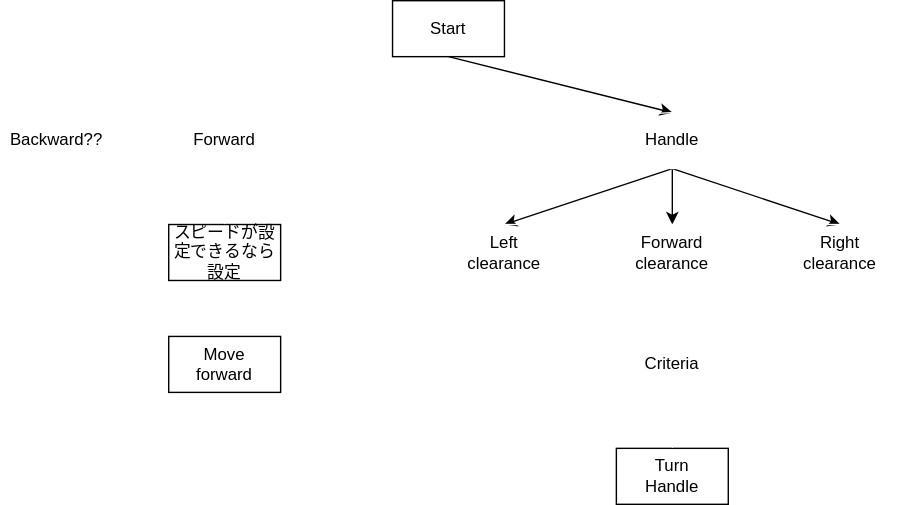
Above: toyota.drawio.svg in jizots/AI_minicar (draw.io), before the change. Source tidied: cells renumbered, new cells last; positions are measured from the earlier drawing's top-left corner, leaving out a move shared by most shapes.
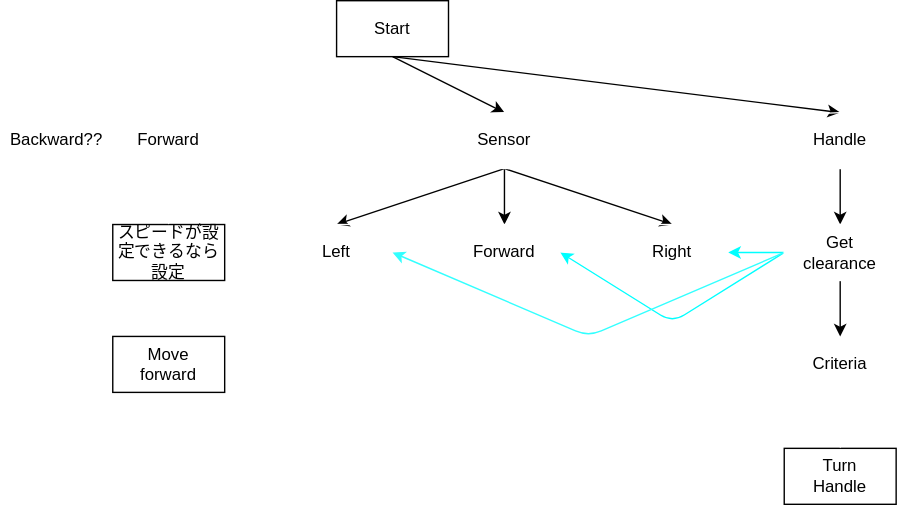
The same diagram one commit later.

Diff of the diagram source:
```diff
@@ -26,38 +26,32 @@
     <mxCell id="9" style="edgeStyle=none;html=1;entryX=0.5;entryY=0;entryDx=0;entryDy=0;strokeColor=#FFFFFF;exitX=0.5;exitY=1;exitDx=0;exitDy=0;" parent="1" edge="1" source="10" target="23">
       <mxGeometry relative="1" as="geometry" />
     </mxCell>
+    <mxCell id="25" style="edgeStyle=none;html=1;exitX=0.5;exitY=1;exitDx=0;exitDy=0;entryX=0.5;entryY=0;entryDx=0;entryDy=0;" parent="1" edge="1" source="10" target="27">
+      <mxGeometry relative="1" as="geometry" />
+    </mxCell>
     <mxCell id="10" value="Start" style="whiteSpace=wrap;html=1;" parent="1" vertex="1">
       <mxGeometry x="280" width="80" height="40" as="geometry" />
     </mxCell>
-    <mxCell id="11" style="edgeStyle=none;html=1;entryX=0.5;entryY=0;entryDx=0;entryDy=0;strokeColor=#FFFFFF;" parent="1" edge="1" source="12" target="19">
-      <mxGeometry relative="1" as="geometry" />
-    </mxCell>
-    <mxCell id="12" value="Right&lt;br&gt;clearance" style="whiteSpace=wrap;html=1;strokeColor=#FFFFFF;fillColor=none;" parent="1" vertex="1">
-      <mxGeometry x="560" y="160" width="80" height="40" as="geometry" />
+    <mxCell id="12" value="Right" style="whiteSpace=wrap;html=1;strokeColor=#FFFFFF;fillColor=none;" parent="1" vertex="1">
+      <mxGeometry x="480" y="160" width="80" height="40" as="geometry" />
     </mxCell>
-    <mxCell id="13" style="edgeStyle=none;html=1;exitX=0.5;exitY=1;exitDx=0;exitDy=0;entryX=0.5;entryY=0;entryDx=0;entryDy=0;strokeColor=#FFFFFF;" parent="1" edge="1" source="14" target="19">
-      <mxGeometry relative="1" as="geometry" />
-    </mxCell>
-    <mxCell id="14" value="Forward&lt;br&gt;clearance" style="whiteSpace=wrap;html=1;strokeColor=#FFFFFF;fillColor=none;" parent="1" vertex="1">
-      <mxGeometry x="440" y="160" width="80" height="40" as="geometry" />
+    <mxCell id="14" value="Forward" style="whiteSpace=wrap;html=1;strokeColor=#FFFFFF;fillColor=none;" parent="1" vertex="1">
+      <mxGeometry x="360" y="160" width="80" height="40" as="geometry" />
     </mxCell>
-    <mxCell id="15" style="edgeStyle=none;html=1;exitX=0.5;exitY=1;exitDx=0;exitDy=0;entryX=0.5;entryY=0;entryDx=0;entryDy=0;strokeColor=#FFFFFF;" parent="1" edge="1" source="16" target="19">
-      <mxGeometry relative="1" as="geometry" />
-    </mxCell>
-    <mxCell id="16" value="Left&lt;br&gt;clearance" style="whiteSpace=wrap;html=1;strokeColor=#FFFFFF;fillColor=none;" parent="1" vertex="1">
-      <mxGeometry x="320" y="160" width="80" height="40" as="geometry" />
+    <mxCell id="16" value="Left" style="whiteSpace=wrap;html=1;strokeColor=#FFFFFF;fillColor=none;" parent="1" vertex="1">
+      <mxGeometry x="240" y="160" width="80" height="40" as="geometry" />
     </mxCell>
     <mxCell id="17" value="Turn&lt;br&gt;Handle" style="whiteSpace=wrap;html=1;" parent="1" vertex="1">
-      <mxGeometry x="440" y="320" width="80" height="40" as="geometry" />
+      <mxGeometry x="600" y="320" width="80" height="40" as="geometry" />
     </mxCell>
     <mxCell id="18" style="edgeStyle=none;html=1;exitX=0.5;exitY=1;exitDx=0;exitDy=0;entryX=0.5;entryY=0;entryDx=0;entryDy=0;strokeColor=#FFFFFF;" parent="1" edge="1" source="19" target="17">
       <mxGeometry relative="1" as="geometry" />
     </mxCell>
     <mxCell id="19" value="Criteria" style="whiteSpace=wrap;html=1;strokeColor=#FFFFFF;fillColor=none;" parent="1" vertex="1">
-      <mxGeometry x="440" y="240" width="80" height="40" as="geometry" />
+      <mxGeometry x="600" y="240" width="80" height="40" as="geometry" />
     </mxCell>
-    <mxCell id="20" value="Handle" style="ellipse;whiteSpace=wrap;html=1;strokeColor=#FFFFFF;fillColor=none;" parent="1" vertex="1">
-      <mxGeometry x="440" y="80" width="80" height="40" as="geometry" />
+    <mxCell id="20" value="Sensor" style="ellipse;whiteSpace=wrap;html=1;strokeColor=#FFFFFF;fillColor=none;" parent="1" vertex="1">
+      <mxGeometry x="360" y="80" width="80" height="40" as="geometry" />
     </mxCell>
     <mxCell id="21" style="edgeStyle=none;html=1;exitX=0.5;exitY=1;exitDx=0;exitDy=0;entryX=0.5;entryY=0;entryDx=0;entryDy=0;strokeColor=#FFFFFF;" parent="1" edge="1" source="22" target="6">
       <mxGeometry relative="1" as="geometry" />
@@ -66,10 +60,39 @@
       <mxGeometry x="120" y="80" width="80" height="40" as="geometry" />
     </mxCell>
     <mxCell id="23" value="Backward??" style="ellipse;whiteSpace=wrap;html=1;strokeColor=#FFFFFF;fillColor=none;" parent="1" vertex="1">
-      <mxGeometry y="80" width="80" height="40" as="geometry" />
+      <mxGeometry x="40" y="80" width="80" height="40" as="geometry" />
     </mxCell>
     <mxCell id="24" value="Move&lt;br&gt;forward" style="whiteSpace=wrap;html=1;" parent="1" vertex="1">
       <mxGeometry x="120" y="240" width="80" height="40" as="geometry" />
     </mxCell>
+    <mxCell id="26" style="edgeStyle=none;html=1;exitX=0.5;exitY=1;exitDx=0;exitDy=0;entryX=0.5;entryY=0;entryDx=0;entryDy=0;" parent="1" edge="1" source="27" target="32">
+      <mxGeometry relative="1" as="geometry" />
+    </mxCell>
+    <mxCell id="27" value="Handle" style="ellipse;whiteSpace=wrap;html=1;strokeColor=#FFFFFF;fillColor=none;" parent="1" vertex="1">
+      <mxGeometry x="600" y="80" width="80" height="40" as="geometry" />
+    </mxCell>
+    <mxCell id="28" style="edgeStyle=none;html=1;exitX=0.5;exitY=1;exitDx=0;exitDy=0;entryX=0.5;entryY=0;entryDx=0;entryDy=0;" parent="1" edge="1" source="32" target="19">
+      <mxGeometry relative="1" as="geometry" />
+    </mxCell>
+    <mxCell id="29" style="edgeStyle=none;html=1;exitX=0;exitY=0.5;exitDx=0;exitDy=0;entryX=1;entryY=0.5;entryDx=0;entryDy=0;strokeColor=#00FFFF;" parent="1" edge="1" source="32" target="12">
+      <mxGeometry relative="1" as="geometry" />
+    </mxCell>
+    <mxCell id="30" style="edgeStyle=none;html=1;exitX=0;exitY=0.5;exitDx=0;exitDy=0;entryX=1;entryY=0.5;entryDx=0;entryDy=0;strokeColor=#00FFFF;" parent="1" edge="1" source="32" target="14">
+      <mxGeometry relative="1" as="geometry">
+        <Array as="points">
+          <mxPoint x="520" y="230" />
+        </Array>
+      </mxGeometry>
+    </mxCell>
+    <mxCell id="31" style="edgeStyle=none;html=1;exitX=0;exitY=0.5;exitDx=0;exitDy=0;entryX=1;entryY=0.5;entryDx=0;entryDy=0;strokeColor=#33FFFF;" parent="1" edge="1" source="32" target="16">
+      <mxGeometry relative="1" as="geometry">
+        <Array as="points">
+          <mxPoint x="460" y="240" />
+        </Array>
+      </mxGeometry>
+    </mxCell>
+    <mxCell id="32" value="Get&lt;br&gt;clearance" style="whiteSpace=wrap;html=1;strokeColor=#FFFFFF;fillColor=none;" parent="1" vertex="1">
+      <mxGeometry x="600" y="160" width="80" height="40" as="geometry" />
+    </mxCell>
   </root>
 </mxGraphModel>
```
